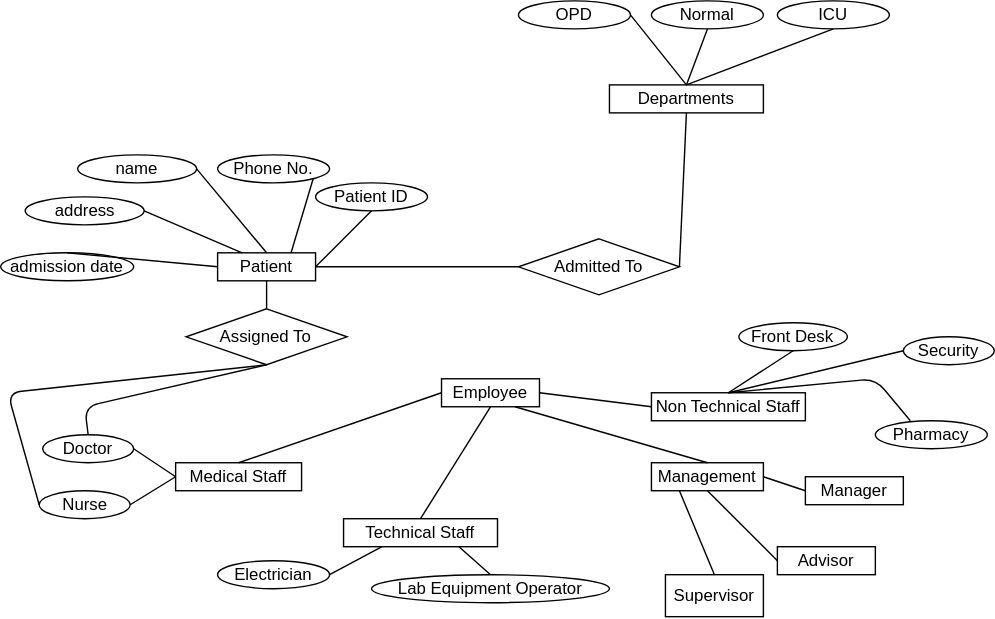
Before: er_dig.svg, a diagram exported from draw.io (listout/drawio_digs). Source tidied: cells renumbered, new cells last; positions are measured from the earlier drawing's top-left corner, leaving out a move shared by most shapes.
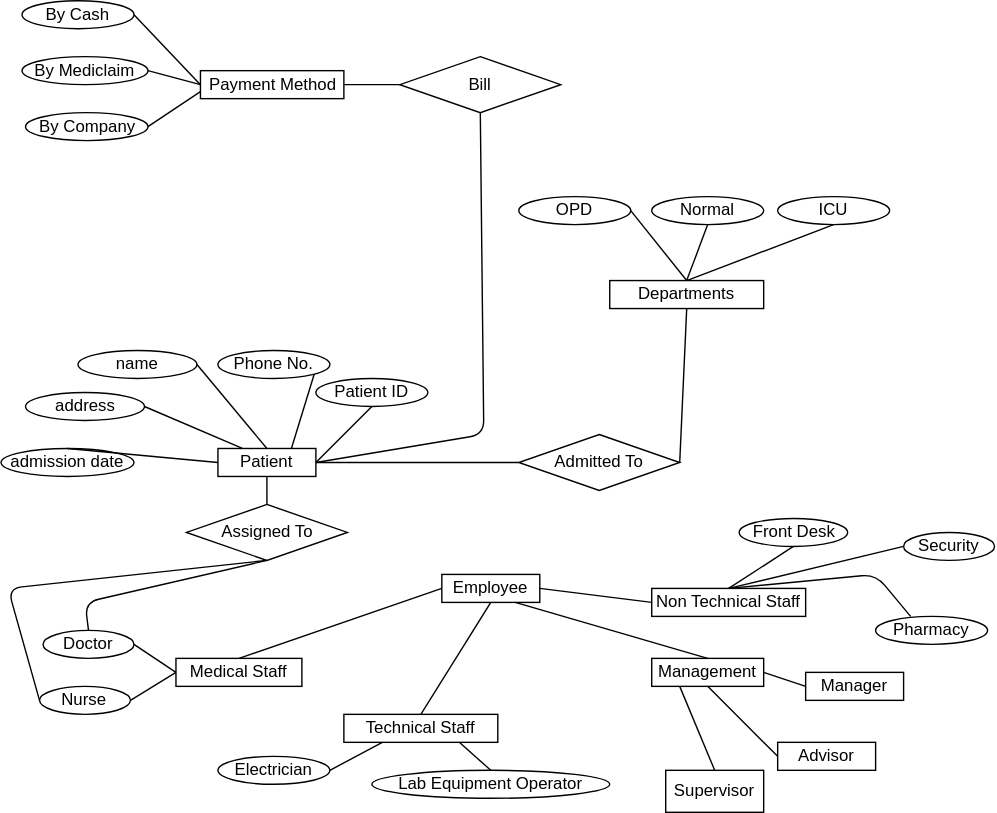
Later version of the same file.

Change to the diagram source:
```diff
@@ -177,5 +177,39 @@
     <mxCell id="55" style="endArrow=none;html=1;entryX=0;entryY=0.5;entryDx=0;entryDy=0;exitX=1;exitY=0.5;exitDx=0;exitDy=0;" parent="1" edge="1" source="24" target="53">
       <mxGeometry relative="1" as="geometry" />
     </mxCell>
+    <mxCell id="56" value="Bill" style="rhombus;whiteSpace=wrap;html=1;" parent="1" vertex="1">
+      <mxGeometry x="285" y="-100" width="115" height="40" as="geometry" />
+    </mxCell>
+    <mxCell id="57" style="endArrow=none;html=1;entryX=0.5;entryY=1;entryDx=0;entryDy=0;exitX=1;exitY=0.5;exitDx=0;exitDy=0;" parent="1" edge="1" source="24" target="56">
+      <mxGeometry relative="1" as="geometry">
+        <Array as="points">
+          <mxPoint x="345" y="170" />
+        </Array>
+      </mxGeometry>
+    </mxCell>
+    <mxCell id="58" value="Payment Method" style="rounded=0;whiteSpace=wrap;html=1;" parent="1" vertex="1">
+      <mxGeometry x="142.5" y="-90" width="102.5" height="20" as="geometry" />
+    </mxCell>
+    <mxCell id="59" value="By Company" style="ellipse;whiteSpace=wrap;html=1;" parent="1" vertex="1">
+      <mxGeometry x="17.5" y="-60" width="87.5" height="20" as="geometry" />
+    </mxCell>
+    <mxCell id="60" value="By Mediclaim" style="ellipse;whiteSpace=wrap;html=1;" parent="1" vertex="1">
+      <mxGeometry x="15" y="-100" width="90" height="20" as="geometry" />
+    </mxCell>
+    <mxCell id="61" value="By Cash" style="ellipse;whiteSpace=wrap;html=1;" parent="1" vertex="1">
+      <mxGeometry x="15" y="-140" width="80" height="20" as="geometry" />
+    </mxCell>
+    <mxCell id="62" style="endArrow=none;html=1;exitX=1;exitY=0.5;exitDx=0;exitDy=0;" parent="1" edge="1" source="58" target="56">
+      <mxGeometry relative="1" as="geometry" />
+    </mxCell>
+    <mxCell id="63" style="endArrow=none;html=1;entryX=1;entryY=0.5;entryDx=0;entryDy=0;exitX=0;exitY=0.75;exitDx=0;exitDy=0;" parent="1" edge="1" source="58" target="59">
+      <mxGeometry relative="1" as="geometry" />
+    </mxCell>
+    <mxCell id="64" style="endArrow=none;html=1;exitX=1;exitY=0.5;exitDx=0;exitDy=0;entryX=0;entryY=0.5;entryDx=0;entryDy=0;" parent="1" edge="1" source="60" target="58">
+      <mxGeometry relative="1" as="geometry" />
+    </mxCell>
+    <mxCell id="65" style="endArrow=none;html=1;exitX=0;exitY=0.5;exitDx=0;exitDy=0;entryX=1;entryY=0.5;entryDx=0;entryDy=0;" parent="1" edge="1" source="58" target="61">
+      <mxGeometry relative="1" as="geometry" />
+    </mxCell>
   </root>
 </mxGraphModel>
```
